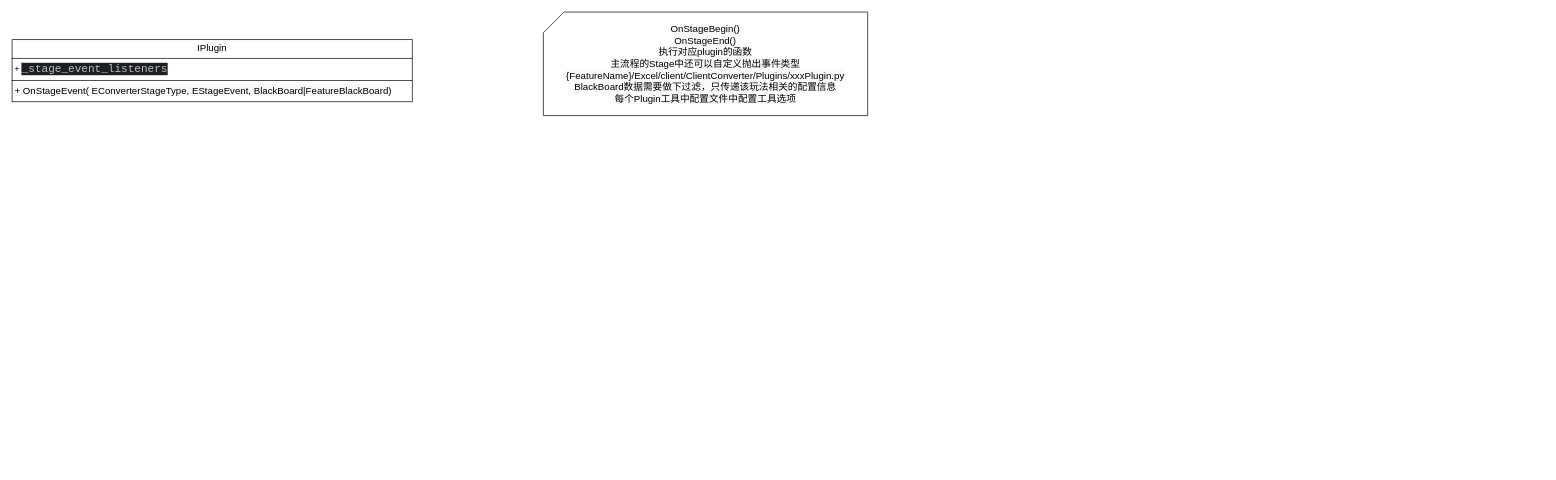
This is page "导表工具重构UML" (11 of 13) of 导表工具.drawio from ling-shixi/meta, a draw.io file, before an edit. Source tidied: cells renumbered, new cells numbered last; positions are measured from the earlier drawing's top-left corner, leaving out a move shared by most shapes. Both pictures are drawn from the tidied source at 69%, with x=0, y=0 at pixel (12, 12).
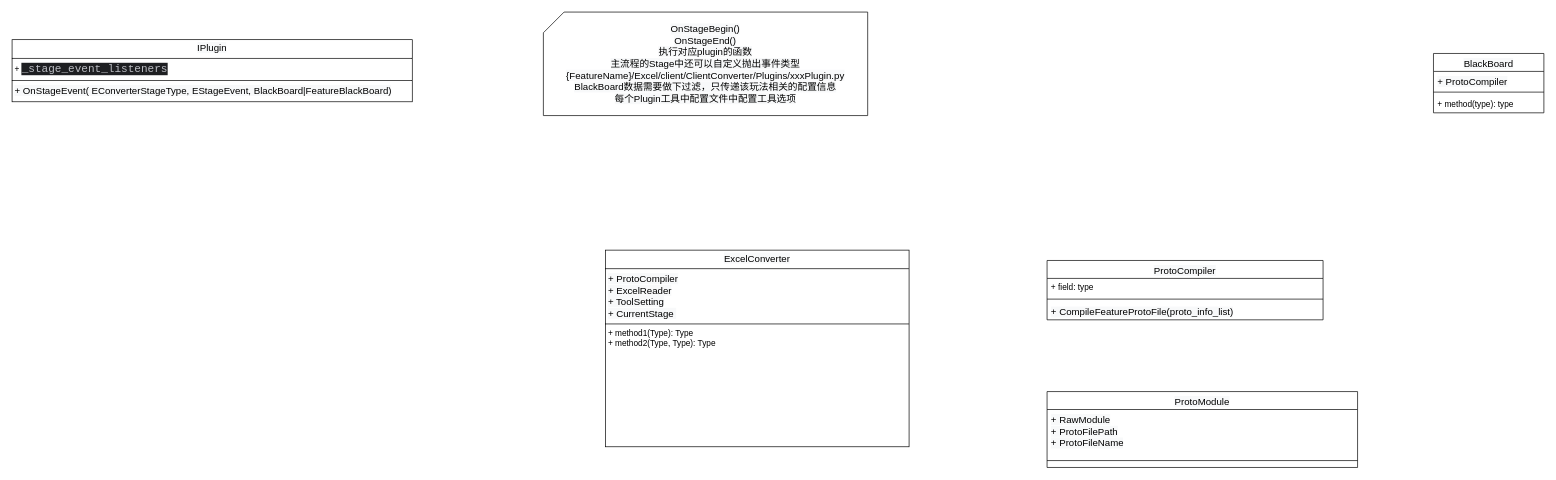
The same diagram, later.

Diff of the diagram source:
```diff
@@
 <mxGraphModel>
   <root>
     <mxCell id="0" />
     <mxCell id="1" parent="0" />
     <mxCell id="2" value="&lt;span style=&quot;font-family: 默认字体; font-size: 14px; background-color: rgb(248, 249, 250);&quot;&gt;OnStageBegin()&lt;/span&gt;&lt;br style=&quot;margin: 0px; padding: 0px; -webkit-font-smoothing: antialiased; font-family: 默认字体; font-size: 14px; background-color: rgb(248, 249, 250);&quot;&gt;&lt;span style=&quot;font-family: 默认字体; font-size: 14px; background-color: rgb(248, 249, 250);&quot;&gt;OnStageEnd()&lt;/span&gt;&lt;br style=&quot;margin: 0px; padding: 0px; -webkit-font-smoothing: antialiased; font-family: 默认字体; font-size: 14px; background-color: rgb(248, 249, 250);&quot;&gt;&lt;span style=&quot;font-family: 默认字体; font-size: 14px; background-color: rgb(248, 249, 250);&quot;&gt;执行对应plugin的函数&lt;/span&gt;&lt;br style=&quot;margin: 0px; padding: 0px; -webkit-font-smoothing: antialiased; font-family: 默认字体; font-size: 14px; background-color: rgb(248, 249, 250);&quot;&gt;&lt;span style=&quot;font-family: 默认字体; font-size: 14px; background-color: rgb(248, 249, 250);&quot;&gt;主流程的Stage中还可以自定义抛出事件类型&lt;/span&gt;&lt;br style=&quot;margin: 0px; padding: 0px; -webkit-font-smoothing: antialiased; font-family: 默认字体; font-size: 14px; background-color: rgb(248, 249, 250);&quot;&gt;&lt;span style=&quot;font-family: 默认字体; font-size: 14px; background-color: rgb(248, 249, 250);&quot;&gt;{FeatureName}/Excel/client/ClientConverter/Plugins/xxxPlugin.py&lt;/span&gt;&lt;br style=&quot;margin: 0px; padding: 0px; -webkit-font-smoothing: antialiased; font-family: 默认字体; font-size: 14px; background-color: rgb(248, 249, 250);&quot;&gt;&lt;span style=&quot;font-family: 默认字体; font-size: 14px; background-color: rgb(248, 249, 250);&quot;&gt;BlackBoard数据需要做下过滤，只传递该玩法相关的配置信息&lt;/span&gt;&lt;br style=&quot;margin: 0px; padding: 0px; -webkit-font-smoothing: antialiased; font-family: 默认字体; font-size: 14px; background-color: rgb(248, 249, 250);&quot;&gt;&lt;span style=&quot;font-family: 默认字体; font-size: 14px; background-color: rgb(248, 249, 250);&quot;&gt;每个Plugin工具中配置文件中配置工具选项&lt;/span&gt;" style="shape=card;whiteSpace=wrap;html=1;" parent="1" vertex="1">
       <mxGeometry x="770" width="470" height="150" as="geometry" />
     </mxCell>
     <mxCell id="3" value="&lt;p style=&quot;margin:0px;margin-top:4px;text-align:center;&quot;&gt;&lt;span style=&quot;font-family: 默认字体; font-size: 14px; text-wrap-mode: nowrap; background-color: rgb(248, 249, 250);&quot;&gt;IPlugin&lt;/span&gt;&lt;/p&gt;&lt;hr size=&quot;1&quot; style=&quot;border-style:solid;&quot;&gt;&lt;p style=&quot;margin:0px;margin-left:4px;&quot;&gt;+&amp;nbsp;&lt;span style=&quot;font-family: &amp;quot;JetBrains Mono&amp;quot;, monospace; font-size: 12pt; background-color: rgb(30, 31, 34); color: rgb(188, 190, 196);&quot;&gt;_stage_event_listeners&lt;/span&gt;&lt;/p&gt;&lt;hr size=&quot;1&quot; style=&quot;border-style:solid;&quot;&gt;&lt;p style=&quot;margin:0px;margin-left:4px;&quot;&gt;&lt;span style=&quot;font-family: 默认字体; font-size: 14px; text-wrap-mode: nowrap; background-color: rgb(248, 249, 250);&quot;&gt;+ OnStageEvent( EConverterStageType, EStageEvent, BlackBoard|FeatureBlackBoard)&lt;/span&gt;&lt;/p&gt;" style="verticalAlign=top;align=left;overflow=fill;html=1;whiteSpace=wrap;" parent="1" vertex="1">
       <mxGeometry y="40" width="580" height="90" as="geometry" />
     </mxCell>
+    <mxCell id="4" value="&lt;p style=&quot;margin:0px;margin-top:4px;text-align:center;&quot;&gt;&lt;span style=&quot;font-family: 默认字体; font-size: 14px; text-wrap-mode: nowrap; background-color: rgb(248, 249, 250);&quot;&gt;ExcelConverter&lt;/span&gt;&lt;/p&gt;&lt;hr size=&quot;1&quot; style=&quot;border-style:solid;&quot;&gt;&lt;p style=&quot;margin:0px;margin-left:4px;&quot;&gt;&lt;span style=&quot;font-family: 默认字体; font-size: 14px; text-wrap-mode: nowrap; background-color: rgb(248, 249, 250);&quot;&gt;+ ProtoCompiler&lt;/span&gt;&lt;br&gt;&lt;span style=&quot;font-family: 默认字体; font-size: 14px; text-wrap-mode: nowrap; background-color: rgb(248, 249, 250);&quot;&gt;+ ExcelReader&lt;/span&gt;&lt;/p&gt;&lt;p style=&quot;margin:0px;margin-left:4px;&quot;&gt;&lt;span style=&quot;font-family: 默认字体; font-size: 14px; text-wrap-mode: nowrap; background-color: rgb(248, 249, 250);&quot;&gt;+ ToolSetting&lt;/span&gt;&lt;span style=&quot;font-family: 默认字体; font-size: 14px; text-wrap-mode: nowrap; background-color: rgb(248, 249, 250);&quot;&gt;&lt;/span&gt;&lt;/p&gt;&lt;p style=&quot;margin:0px;margin-left:4px;&quot;&gt;&lt;span style=&quot;font-family: 默认字体; font-size: 14px; text-wrap-mode: nowrap; background-color: rgb(248, 249, 250);&quot;&gt;+ CurrentStage&amp;nbsp;&lt;/span&gt;&lt;span style=&quot;font-family: 默认字体; font-size: 14px; text-wrap-mode: nowrap; background-color: rgb(248, 249, 250);&quot;&gt;&lt;/span&gt;&lt;/p&gt;&lt;hr size=&quot;1&quot; style=&quot;border-style:solid;&quot;&gt;&lt;p style=&quot;margin:0px;margin-left:4px;&quot;&gt;+ method1(Type): Type&lt;br&gt;+ method2(Type, Type): Type&lt;/p&gt;" style="verticalAlign=top;align=left;overflow=fill;html=1;whiteSpace=wrap;" parent="1" vertex="1">
+      <mxGeometry x="860" y="345" width="440" height="285" as="geometry" />
+    </mxCell>
+    <mxCell id="5" value="&lt;span style=&quot;font-family: 默认字体; font-size: 14px; font-weight: 400; text-wrap-mode: nowrap; background-color: rgb(248, 249, 250);&quot;&gt;ProtoCompiler&lt;/span&gt;" style="swimlane;fontStyle=1;align=center;verticalAlign=top;horizontal=1;startSize=26;whiteSpace=wrap;html=1;" parent="1" vertex="1">
+      <mxGeometry x="1500" y="360" width="400" height="86" as="geometry" />
+    </mxCell>
+    <mxCell id="6" value="+ field: type" style="text;strokeColor=none;fillColor=none;align=left;verticalAlign=top;spacingLeft=4;spacingRight=4;overflow=hidden;whiteSpace=wrap;html=1;" parent="5" vertex="1">
+      <mxGeometry y="26" width="400" height="26" as="geometry" />
+    </mxCell>
+    <mxCell id="7" style="line;strokeWidth=1;fillColor=none;align=left;verticalAlign=middle;spacingTop=-1;spacingLeft=3;spacingRight=3;labelPosition=right;strokeColor=inherit;" parent="5" vertex="1">
+      <mxGeometry y="52" width="400" height="8" as="geometry" />
+    </mxCell>
+    <mxCell id="8" value="&lt;span style=&quot;font-family: 默认字体; font-size: 14px; text-wrap-mode: nowrap; background-color: rgb(248, 249, 250);&quot;&gt;+ CompileFeatureProtoFile(proto_info_list)&lt;/span&gt;" style="text;strokeColor=none;fillColor=none;align=left;verticalAlign=top;spacingLeft=4;spacingRight=4;overflow=hidden;whiteSpace=wrap;html=1;" parent="5" vertex="1">
+      <mxGeometry y="60" width="400" height="26" as="geometry" />
+    </mxCell>
+    <mxCell id="9" value="&lt;span style=&quot;font-family: 默认字体; font-size: 14px; font-weight: 400; text-wrap-mode: nowrap; background-color: rgb(248, 249, 250);&quot;&gt;ProtoModule&lt;/span&gt;" style="swimlane;fontStyle=1;align=center;verticalAlign=top;horizontal=1;startSize=26;whiteSpace=wrap;html=1;" parent="1" vertex="1">
+      <mxGeometry x="1500" y="550" width="450" height="110" as="geometry" />
+    </mxCell>
+    <mxCell id="10" value="&lt;span style=&quot;font-family: 默认字体; font-size: 14px; text-wrap-mode: nowrap; background-color: rgb(248, 249, 250);&quot;&gt;+ RawModule&lt;/span&gt;&lt;div&gt;&lt;span style=&quot;font-family: 默认字体; font-size: 14px; text-wrap-mode: nowrap; background-color: rgb(248, 249, 250);&quot;&gt;+ ProtoFilePath&lt;/span&gt;&lt;/div&gt;&lt;div&gt;&lt;span style=&quot;font-family: 默认字体; font-size: 14px; text-wrap-mode: nowrap; background-color: rgb(248, 249, 250);&quot;&gt;+ ProtoFileName&lt;/span&gt;&lt;/div&gt;&lt;div&gt;&lt;font face=&quot;默认字体&quot;&gt;&lt;span style=&quot;font-size: 14px; text-wrap-mode: nowrap;&quot;&gt;&lt;br&gt;&lt;/span&gt;&lt;/font&gt;&lt;div&gt;&lt;span style=&quot;font-family: 默认字体; font-size: 14px; text-wrap-mode: nowrap; background-color: rgb(248, 249, 250);&quot;&gt;&lt;br&gt;&lt;/span&gt;&lt;/div&gt;&lt;/div&gt;" style="text;strokeColor=none;fillColor=none;align=left;verticalAlign=top;spacingLeft=4;spacingRight=4;overflow=hidden;whiteSpace=wrap;html=1;" parent="9" vertex="1">
+      <mxGeometry y="26" width="450" height="64" as="geometry" />
+    </mxCell>
+    <mxCell id="11" style="line;strokeWidth=1;fillColor=none;align=left;verticalAlign=middle;spacingTop=-1;spacingLeft=3;spacingRight=3;labelPosition=right;strokeColor=inherit;" parent="9" vertex="1">
+      <mxGeometry y="90" width="450" height="20" as="geometry" />
+    </mxCell>
+    <mxCell id="12" value="&lt;span style=&quot;font-family: 默认字体; font-size: 14px; font-weight: 400; text-wrap-mode: nowrap; background-color: rgb(248, 249, 250);&quot;&gt;BlackBoard&lt;/span&gt;" style="swimlane;fontStyle=1;align=center;verticalAlign=top;horizontal=1;startSize=26;whiteSpace=wrap;html=1;" parent="1" vertex="1">
+      <mxGeometry x="2060" y="60" width="160" height="86" as="geometry" />
+    </mxCell>
+    <mxCell id="13" value="&lt;span style=&quot;font-family: 默认字体; font-size: 14px; text-wrap-mode: nowrap; background-color: rgb(248, 249, 250);&quot;&gt;+ ProtoCompiler&lt;/span&gt;" style="text;strokeColor=none;fillColor=none;align=left;verticalAlign=top;spacingLeft=4;spacingRight=4;overflow=hidden;whiteSpace=wrap;html=1;" parent="12" vertex="1">
+      <mxGeometry y="26" width="160" height="26" as="geometry" />
+    </mxCell>
+    <mxCell id="14" style="line;strokeWidth=1;fillColor=none;align=left;verticalAlign=middle;spacingTop=-1;spacingLeft=3;spacingRight=3;labelPosition=right;strokeColor=inherit;" parent="12" vertex="1">
+      <mxGeometry y="52" width="160" height="8" as="geometry" />
+    </mxCell>
+    <mxCell id="15" value="+ method(type): type" style="text;strokeColor=none;fillColor=none;align=left;verticalAlign=top;spacingLeft=4;spacingRight=4;overflow=hidden;whiteSpace=wrap;html=1;" parent="12" vertex="1">
+      <mxGeometry y="60" width="160" height="26" as="geometry" />
+    </mxCell>
   </root>
 </mxGraphModel>
```
